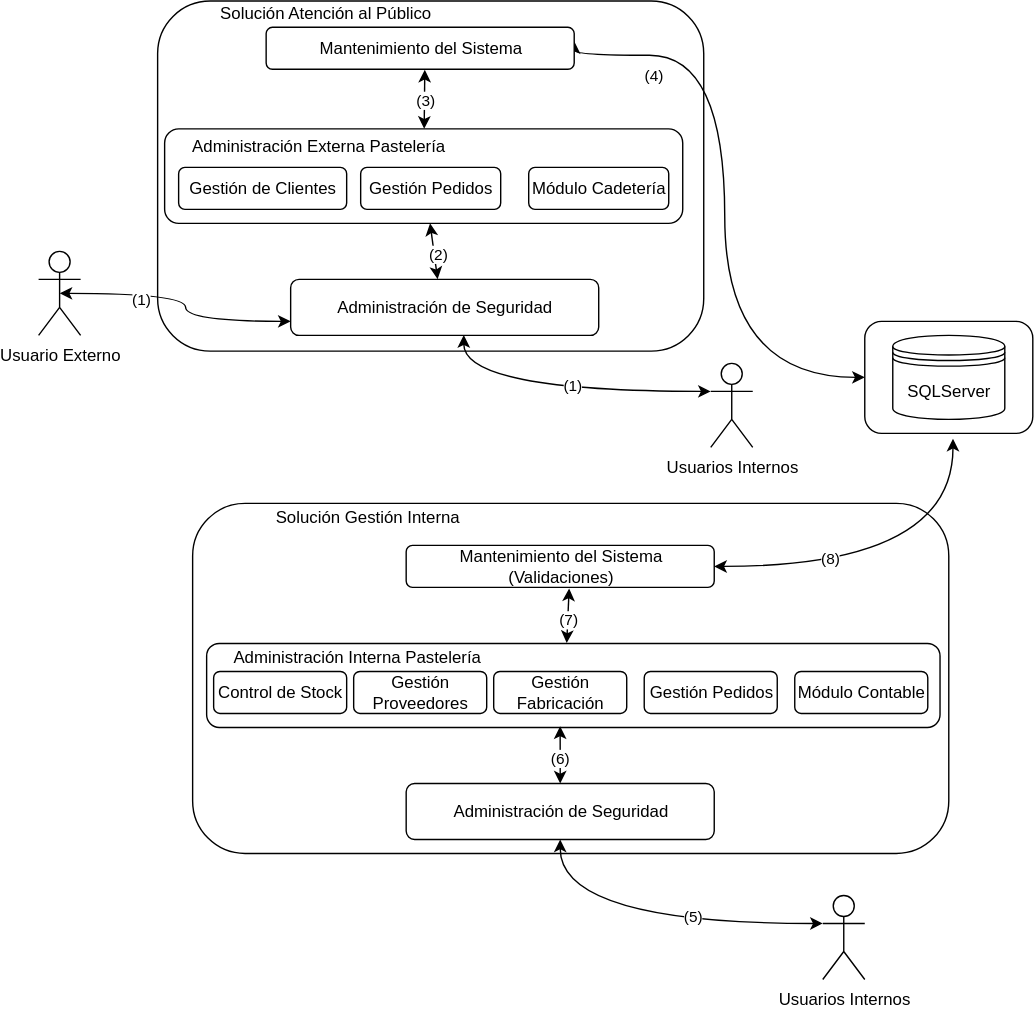
elelouch/TrabajoFinalAUS keeps this draw.io diagram as propuesta/UsoDeLaSolucion.drawio.svg. Above is the earlier version. Source tidied: cells renumbered, new cells last; positions are measured from the earlier drawing's top-left corner, leaving out a move shared by most shapes.
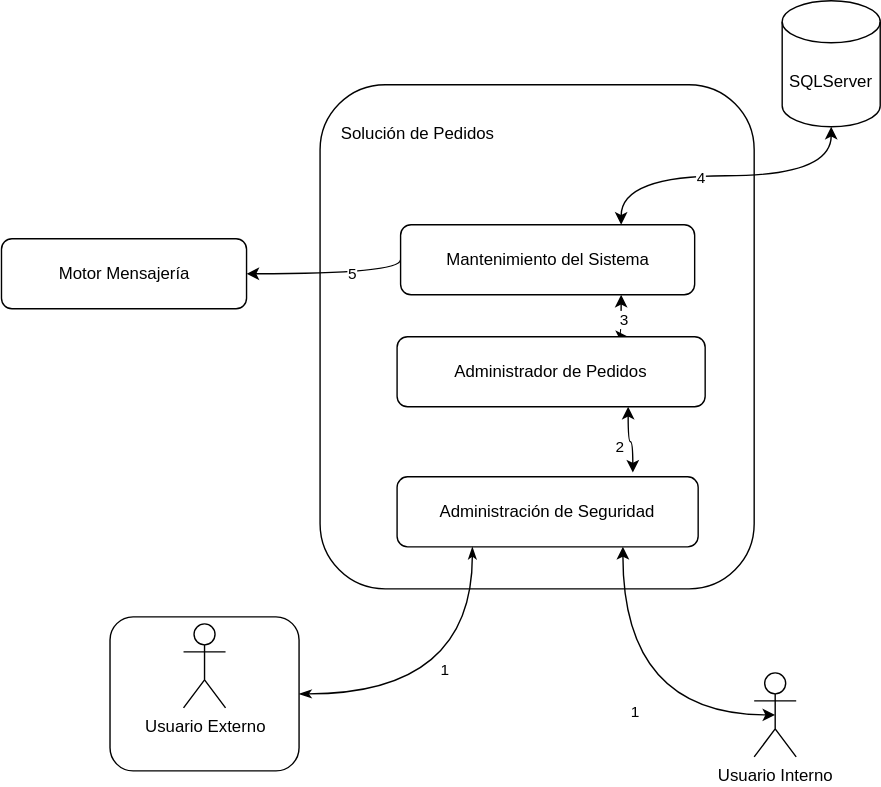
Above is the later version.

The edit, as a diff of the source:
```diff
@@ -2,146 +2,75 @@
   <root>
     <mxCell id="0" />
     <mxCell id="1" parent="0" />
+    <mxCell id="46" style="rounded=1;whiteSpace=wrap;html=1;" parent="1" vertex="1">
+      <mxGeometry x="280" y="30" width="310" height="360" as="geometry" />
+    </mxCell>
+    <mxCell id="47" style="edgeStyle=orthogonalEdgeStyle;rounded=0;jettySize=auto;html=1;exitX=0.5;exitY=0.5;exitDx=0;exitDy=0;exitPerimeter=0;entryX=0.75;entryY=1;entryDx=0;entryDy=0;startArrow=classic;startFill=1;curved=1;" parent="1" edge="1" source="49" target="53">
+      <mxGeometry relative="1" as="geometry" />
+    </mxCell>
+    <mxCell id="48" value="1" style="edgeLabel;html=1;align=center;verticalAlign=middle;" parent="47" vertex="1">
+      <mxGeometry x="-0.03" y="-8" relative="1" as="geometry" />
+    </mxCell>
+    <mxCell id="49" value="Usuario Interno" style="shape=umlActor;verticalLabelPosition=bottom;verticalAlign=top;html=1;outlineConnect=0;" parent="1" vertex="1">
+      <mxGeometry x="590" y="450" width="30" height="60" as="geometry" />
+    </mxCell>
+    <mxCell id="50" value="Solución de Pedidos" style="text;html=1;whiteSpace=wrap;strokeColor=none;fillColor=none;align=center;verticalAlign=middle;rounded=0;" parent="1" vertex="1">
+      <mxGeometry x="280" y="50" width="140" height="30" as="geometry" />
+    </mxCell>
+    <mxCell id="51" style="edgeStyle=orthogonalEdgeStyle;rounded=0;jettySize=auto;html=1;exitX=0.783;exitY=-0.06;exitDx=0;exitDy=0;entryX=0.75;entryY=1;entryDx=0;entryDy=0;startArrow=classic;startFill=1;curved=1;exitPerimeter=0;" parent="1" edge="1" source="53" target="61">
+      <mxGeometry relative="1" as="geometry" />
+    </mxCell>
+    <mxCell id="52" value="2" style="edgeLabel;html=1;align=center;verticalAlign=middle;" parent="51" vertex="1">
+      <mxGeometry x="-0.23" y="10" relative="1" as="geometry" />
+    </mxCell>
+    <mxCell id="53" value="Administración de Seguridad" style="rounded=1;whiteSpace=wrap;html=1;" parent="1" vertex="1">
+      <mxGeometry x="335" y="310" width="215" height="50" as="geometry" />
+    </mxCell>
+    <mxCell id="54" style="edgeStyle=orthogonalEdgeStyle;rounded=0;jettySize=auto;html=1;exitX=0.5;exitY=0;exitDx=0;exitDy=0;entryX=0.25;entryY=1;entryDx=0;entryDy=0;endArrow=classicThin;endFill=1;startArrow=classicThin;startFill=1;curved=1;" parent="1" edge="1" source="56" target="53">
+      <mxGeometry relative="1" as="geometry" />
+    </mxCell>
+    <mxCell id="55" value="1" style="edgeLabel;html=1;align=center;verticalAlign=middle;" parent="54" vertex="1">
+      <mxGeometry x="-0.1" y="18" relative="1" as="geometry" />
+    </mxCell>
+    <mxCell id="56" style="rounded=1;whiteSpace=wrap;html=1;direction=south;" parent="1" vertex="1">
+      <mxGeometry x="130" y="410" width="135" height="110" as="geometry" />
+    </mxCell>
     <mxCell id="2" value="Usuario Externo" style="shape=umlActor;verticalLabelPosition=bottom;verticalAlign=top;html=1;outlineConnect=0;" parent="1" vertex="1">
-      <mxGeometry y="180" width="30" height="60" as="geometry" />
+      <mxGeometry x="182.5" y="415" width="30" height="60" as="geometry" />
     </mxCell>
-    <mxCell id="3" style="endArrow=classic;startArrow=classic;html=1;rounded=0;" parent="1" edge="1" source="4">
-      <mxGeometry relative="1" as="geometry">
-        <mxPoint x="270" y="130" as="targetPoint" />
-      </mxGeometry>
-    </mxCell>
-    <mxCell id="4" style="rounded=1;whiteSpace=wrap;html=1;" parent="1" vertex="1">
-      <mxGeometry x="85" y="1.2" width="390" height="250" as="geometry" />
-    </mxCell>
-    <mxCell id="5" value="Administración de Seguridad" style="rounded=1;whiteSpace=wrap;html=1;" parent="1" vertex="1">
-      <mxGeometry x="180" y="200" width="220" height="40" as="geometry" />
-    </mxCell>
-    <mxCell id="6" value="Solución Atención al Público" style="text;strokeColor=none;align=center;fillColor=none;html=1;verticalAlign=middle;whiteSpace=wrap;rounded=0;" parent="1" vertex="1">
-      <mxGeometry x="120" width="170" height="20" as="geometry" />
-    </mxCell>
-    <mxCell id="7" style="edgeStyle=orthogonalEdgeStyle;rounded=0;jettySize=auto;html=1;exitX=1;exitY=0.333;exitDx=0;exitDy=0;curved=1;startArrow=classic;startFill=1;exitPerimeter=0;" parent="1" edge="1" source="9" target="13">
-      <mxGeometry relative="1" as="geometry">
-        <Array as="points">
-          <mxPoint x="490" y="40" />
-          <mxPoint x="490" y="270" />
-        </Array>
-      </mxGeometry>
-    </mxCell>
-    <mxCell id="8" value="(4)" style="edgeLabel;html=1;align=center;verticalAlign=middle;" parent="7" vertex="1">
-      <mxGeometry x="-0.71" y="-14" relative="1" as="geometry" />
-    </mxCell>
+    <mxCell id="57" style="edgeStyle=orthogonalEdgeStyle;rounded=0;jettySize=auto;html=1;exitX=0;exitY=0.5;exitDx=0;exitDy=0;entryX=1;entryY=0.5;entryDx=0;entryDy=0;startArrow=none;startFill=0;curved=1;" parent="1" edge="1" source="9" target="64">
+      <mxGeometry relative="1" as="geometry">
+        <Array as="points">
+          <mxPoint x="338" y="165" />
+        </Array>
+      </mxGeometry>
+    </mxCell>
+    <mxCell id="58" value="5" style="edgeLabel;html=1;align=center;verticalAlign=middle;" parent="57" vertex="1">
+      <mxGeometry x="-0.24" y="-1" relative="1" as="geometry" />
+    </mxCell>
     <mxCell id="9" value="Mantenimiento del Sistema" style="rounded=1;whiteSpace=wrap;html=1;" parent="1" vertex="1">
-      <mxGeometry x="162.5" y="20" width="220" height="30" as="geometry" />
+      <mxGeometry x="337.5" y="130" width="210" height="50" as="geometry" />
     </mxCell>
-    <mxCell id="10" style="edgeStyle=orthogonalEdgeStyle;rounded=0;jettySize=auto;html=1;curved=1;startArrow=classic;startFill=1;entryX=0.562;entryY=0.995;entryDx=0;entryDy=0;entryPerimeter=0;exitX=0;exitY=0.3333333333333333;exitDx=0;exitDy=0;exitPerimeter=0;" parent="1" edge="1" source="12" target="5">
-      <mxGeometry relative="1" as="geometry" />
-    </mxCell>
-    <mxCell id="11" value="(1)" style="edgeLabel;html=1;align=center;verticalAlign=middle;" parent="10" vertex="1">
-      <mxGeometry x="-0.08" y="-4" relative="1" as="geometry" />
-    </mxCell>
-    <mxCell id="12" value="Usuarios Internos" style="shape=umlActor;verticalLabelPosition=bottom;verticalAlign=top;html=1;outlineConnect=0;direction=east;" parent="1" vertex="1">
-      <mxGeometry x="480" y="260" width="30" height="60" as="geometry" />
-    </mxCell>
-    <mxCell id="13" style="rounded=1;whiteSpace=wrap;html=1;" parent="1" vertex="1">
-      <mxGeometry x="590" y="230" width="120" height="80" as="geometry" />
-    </mxCell>
+    <mxCell id="59" style="edgeStyle=orthogonalEdgeStyle;rounded=0;jettySize=auto;html=1;exitX=0.75;exitY=0;exitDx=0;exitDy=0;entryX=0.75;entryY=1;entryDx=0;entryDy=0;startArrow=classic;startFill=1;curved=1;" parent="1" edge="1" source="61" target="9">
+      <mxGeometry relative="1" as="geometry" />
+    </mxCell>
+    <mxCell id="60" value="3" style="edgeLabel;html=1;align=center;verticalAlign=middle;" parent="59" vertex="1">
+      <mxGeometry x="0.04" y="-1" relative="1" as="geometry" />
+    </mxCell>
+    <mxCell id="61" value="Administrador de Pedidos" style="rounded=1;whiteSpace=wrap;html=1;" parent="1" vertex="1">
+      <mxGeometry x="335" y="210" width="220" height="50" as="geometry" />
+    </mxCell>
-    <mxCell id="14" value="SQLServer" style="shape=datastore;whiteSpace=wrap;html=1;" parent="1" vertex="1">
-      <mxGeometry x="610" y="240" width="80" height="60" as="geometry" />
+    <mxCell id="14" value="SQLServer" style="shape=cylinder3;whiteSpace=wrap;html=1;boundedLbl=1;backgroundOutline=1;size=15;" parent="1" vertex="1">
+      <mxGeometry x="610" y="-30" width="70" height="90" as="geometry" />
     </mxCell>
-    <mxCell id="15" style="endArrow=classic;startArrow=classic;html=1;rounded=0;" parent="1" edge="1" source="16">
-      <mxGeometry relative="1" as="geometry">
-        <mxPoint x="300" y="490" as="targetPoint" />
-      </mxGeometry>
-    </mxCell>
-    <mxCell id="16" style="rounded=1;whiteSpace=wrap;html=1;" parent="1" vertex="1">
-      <mxGeometry x="110" y="360" width="540" height="250" as="geometry" />
-    </mxCell>
-    <mxCell id="17" value="Administración de Seguridad" style="rounded=1;whiteSpace=wrap;html=1;" parent="1" vertex="1">
-      <mxGeometry x="262.5" y="560" width="220" height="40" as="geometry" />
-    </mxCell>
-    <mxCell id="18" value="Solución Gestión Interna" style="text;strokeColor=none;align=center;fillColor=none;html=1;verticalAlign=middle;whiteSpace=wrap;rounded=0;" parent="1" vertex="1">
-      <mxGeometry x="150" y="360" width="170" height="20" as="geometry" />
-    </mxCell>
-    <mxCell id="19" value="Mantenimiento del Sistema (Validaciones)" style="rounded=1;whiteSpace=wrap;html=1;" parent="1" vertex="1">
-      <mxGeometry x="262.5" y="390" width="220" height="30" as="geometry" />
-    </mxCell>
-    <mxCell id="20" style="edgeStyle=orthogonalEdgeStyle;rounded=0;jettySize=auto;html=1;curved=1;startArrow=classic;startFill=1;entryX=0.5;entryY=1;entryDx=0;entryDy=0;exitX=0;exitY=0.3333333333333333;exitDx=0;exitDy=0;exitPerimeter=0;" parent="1" edge="1" source="22" target="17">
-      <mxGeometry relative="1" as="geometry" />
-    </mxCell>
-    <mxCell id="21" value="(5)" style="edgeLabel;html=1;align=center;verticalAlign=middle;" parent="20" vertex="1">
-      <mxGeometry x="-0.24" y="-5" relative="1" as="geometry" />
-    </mxCell>
-    <mxCell id="22" value="Usuarios Internos" style="shape=umlActor;verticalLabelPosition=bottom;verticalAlign=top;html=1;outlineConnect=0;direction=east;" parent="1" vertex="1">
-      <mxGeometry x="560" y="640" width="30" height="60" as="geometry" />
-    </mxCell>
-    <mxCell id="23" style="edgeStyle=orthogonalEdgeStyle;rounded=0;jettySize=auto;html=1;exitX=1;exitY=0.5;exitDx=0;exitDy=0;entryX=0.525;entryY=1.048;entryDx=0;entryDy=0;entryPerimeter=0;curved=1;startArrow=classic;startFill=1;" parent="1" edge="1" source="19" target="13">
-      <mxGeometry relative="1" as="geometry" />
-    </mxCell>
-    <mxCell id="24" value="(8)" style="edgeLabel;html=1;align=center;verticalAlign=middle;" parent="23" vertex="1">
-      <mxGeometry x="-0.38" y="6" relative="1" as="geometry" />
-    </mxCell>
-    <mxCell id="25" style="rounded=1;whiteSpace=wrap;html=1;" parent="1" vertex="1">
-      <mxGeometry x="120" y="460" width="523.8" height="60" as="geometry" />
-    </mxCell>
-    <mxCell id="26" value="Gestión Pedidos" style="rounded=1;whiteSpace=wrap;html=1;" parent="1" vertex="1">
-      <mxGeometry x="432.5" y="480" width="95" height="30" as="geometry" />
-    </mxCell>
-    <mxCell id="27" value="Módulo Contable" style="rounded=1;whiteSpace=wrap;html=1;" parent="1" vertex="1">
-      <mxGeometry x="540" y="480" width="95" height="30" as="geometry" />
-    </mxCell>
-    <mxCell id="28" value="Gestión Fabricación" style="rounded=1;whiteSpace=wrap;html=1;" parent="1" vertex="1">
-      <mxGeometry x="325" y="480" width="95" height="30" as="geometry" />
-    </mxCell>
-    <mxCell id="29" value="&lt;div&gt;Gestión Proveedores&lt;/div&gt;" style="rounded=1;whiteSpace=wrap;html=1;" parent="1" vertex="1">
-      <mxGeometry x="225" y="480" width="95" height="30" as="geometry" />
-    </mxCell>
-    <mxCell id="30" value="Control de Stock" style="rounded=1;whiteSpace=wrap;html=1;" parent="1" vertex="1">
-      <mxGeometry x="125" y="480" width="95" height="30" as="geometry" />
-    </mxCell>
-    <mxCell id="31" value="Administración Interna Pastelería" style="text;html=1;align=center;verticalAlign=middle;whiteSpace=wrap;rounded=0;" parent="1" vertex="1">
-      <mxGeometry x="125" y="460" width="205" height="20" as="geometry" />
-    </mxCell>
-    <mxCell id="32" style="rounded=1;whiteSpace=wrap;html=1;" parent="1" vertex="1">
-      <mxGeometry x="90" y="92.5" width="370" height="67.5" as="geometry" />
-    </mxCell>
-    <mxCell id="33" style="edgeStyle=orthogonalEdgeStyle;rounded=0;jettySize=auto;html=1;exitX=0.5;exitY=0.5;exitDx=0;exitDy=0;exitPerimeter=0;entryX=0;entryY=0.75;entryDx=0;entryDy=0;startArrow=classic;startFill=1;curved=1;" parent="1" edge="1" source="2" target="5">
-      <mxGeometry relative="1" as="geometry" />
-    </mxCell>
-    <mxCell id="34" value="(1)" style="edgeLabel;html=1;align=center;verticalAlign=middle;rotation=0;" parent="33" vertex="1">
-      <mxGeometry x="-0.38" y="-4" relative="1" as="geometry" />
-    </mxCell>
-    <mxCell id="35" value="Módulo Cadetería" style="rounded=1;whiteSpace=wrap;html=1;" parent="1" vertex="1">
-      <mxGeometry x="350" y="120" width="100" height="30" as="geometry" />
-    </mxCell>
-    <mxCell id="36" value="Gestión Pedidos" style="rounded=1;whiteSpace=wrap;html=1;" parent="1" vertex="1">
-      <mxGeometry x="230" y="120" width="100" height="30" as="geometry" />
-    </mxCell>
-    <mxCell id="37" value="Gestión de Clientes" style="rounded=1;whiteSpace=wrap;html=1;" parent="1" vertex="1">
-      <mxGeometry x="100" y="120" width="120" height="30" as="geometry" />
-    </mxCell>
-    <mxCell id="38" value="Administración Externa Pastelería" style="text;html=1;align=center;verticalAlign=middle;whiteSpace=wrap;rounded=0;" parent="1" vertex="1">
-      <mxGeometry x="100" y="90" width="200" height="30" as="geometry" />
-    </mxCell>
-    <mxCell id="39" style="rounded=0;jettySize=auto;html=1;entryX=0.477;entryY=-0.004;entryDx=0;entryDy=0;entryPerimeter=0;startArrow=classic;startFill=1;" parent="1" edge="1" source="32" target="5">
-      <mxGeometry relative="1" as="geometry" />
-    </mxCell>
-    <mxCell id="40" value="(2)" style="edgeLabel;html=1;align=center;verticalAlign=middle;" parent="39" vertex="1">
-      <mxGeometry x="0.09" y="2" relative="1" as="geometry" />
-    </mxCell>
-    <mxCell id="41" value="(3)" style="rounded=0;jettySize=auto;html=1;entryX=0.515;entryY=1.011;entryDx=0;entryDy=0;entryPerimeter=0;startArrow=classic;startFill=1;" parent="1" edge="1" source="32" target="9">
-      <mxGeometry relative="1" as="geometry" />
-    </mxCell>
-    <mxCell id="42" style="edgeStyle=orthogonalEdgeStyle;rounded=0;jettySize=auto;html=1;entryX=0.482;entryY=0.987;entryDx=0;entryDy=0;entryPerimeter=0;startArrow=classic;startFill=1;" parent="1" edge="1" source="17" target="25">
-      <mxGeometry relative="1" as="geometry" />
-    </mxCell>
-    <mxCell id="43" value="(6)" style="edgeLabel;html=1;align=center;verticalAlign=middle;" parent="42" vertex="1">
-      <mxGeometry x="-0.09" y="1" relative="1" as="geometry" />
-    </mxCell>
-    <mxCell id="44" style="rounded=0;jettySize=auto;html=1;exitX=0.491;exitY=-0.006;exitDx=0;exitDy=0;entryX=0.529;entryY=1.026;entryDx=0;entryDy=0;entryPerimeter=0;startArrow=classic;startFill=1;exitPerimeter=0;" parent="1" edge="1" source="25" target="19">
-      <mxGeometry relative="1" as="geometry" />
-    </mxCell>
-    <mxCell id="45" value="(7)" style="edgeLabel;html=1;align=center;verticalAlign=middle;" parent="44" vertex="1">
-      <mxGeometry x="-0.12" relative="1" as="geometry" />
-    </mxCell>
+    <mxCell id="62" style="edgeStyle=orthogonalEdgeStyle;rounded=0;jettySize=auto;html=1;exitX=0.75;exitY=0;exitDx=0;exitDy=0;entryX=0.5;entryY=1;entryDx=0;entryDy=0;entryPerimeter=0;curved=1;startArrow=classic;startFill=1;" parent="1" edge="1" source="9" target="14">
+      <mxGeometry relative="1" as="geometry" />
+    </mxCell>
+    <mxCell id="63" value="4" style="edgeLabel;html=1;align=center;verticalAlign=middle;" parent="62" vertex="1">
+      <mxGeometry x="-0.17" y="-1" relative="1" as="geometry" />
+    </mxCell>
+    <mxCell id="64" value="Motor Mensajería" style="rounded=1;whiteSpace=wrap;html=1;" parent="1" vertex="1">
+      <mxGeometry x="52.5" y="140" width="175" height="50" as="geometry" />
+    </mxCell>
   </root>
 </mxGraphModel>
```
